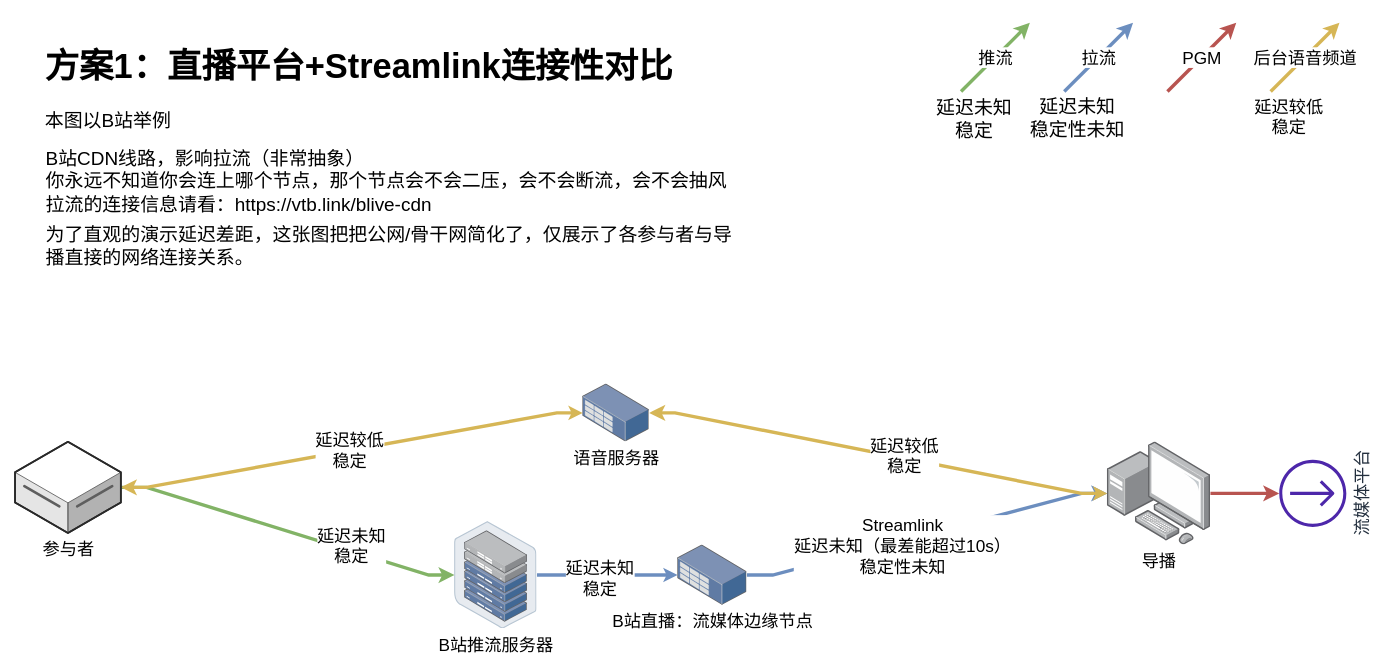
Before: streaming-low-profile-compare.drawio in VTB-LINK/DRAW-IO-GRAPH, a draw.io diagram. Source tidied: cells renumbered, new cells numbered last; positions are measured from the earlier drawing's top-left corner, leaving out a move shared by most shapes. Both pictures are drawn from the tidied source at 86%, with x=0, y=0 at pixel (15, 22).
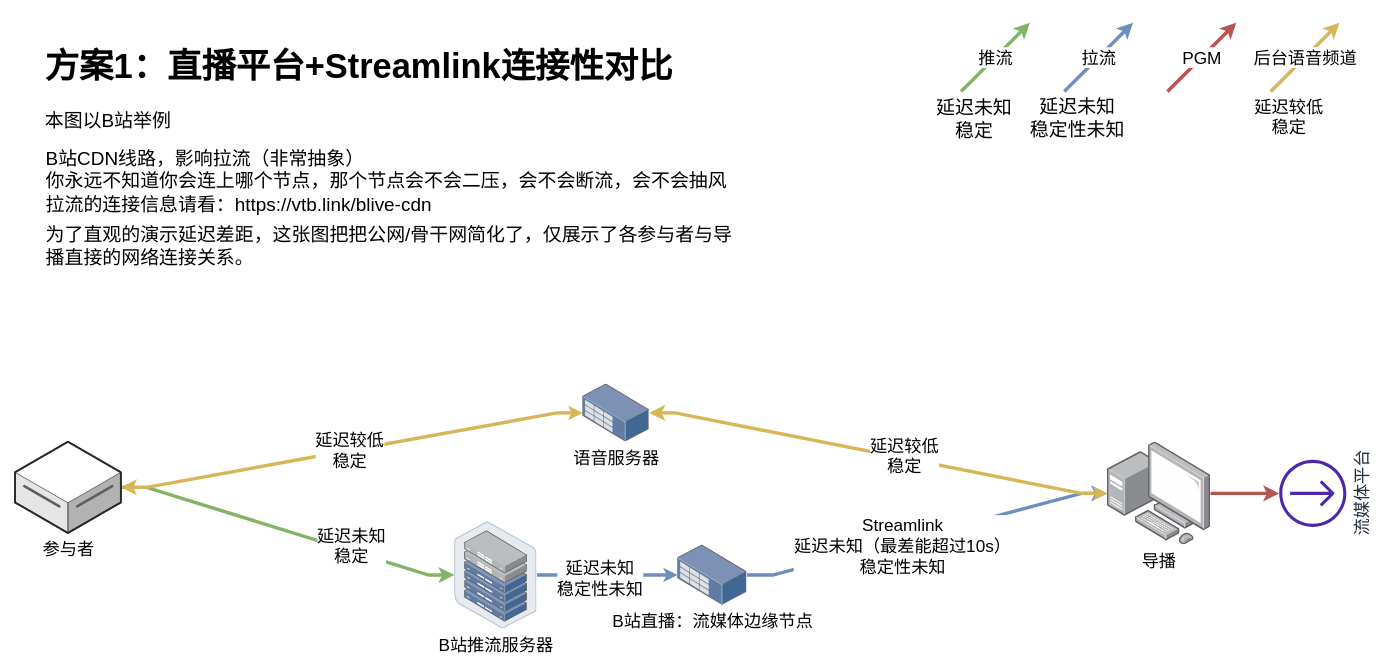
The same diagram, later.

Commit message:
fix: change push->cdn to unknown stability

The change refers to these unchanged cells:
```xml
<mxCell id="30" style="edgeStyle=entityRelationEdgeStyle;rounded=0;jettySize=auto;html=1;strokeWidth=4;fontSize=20;fontColor=#000000;startArrow=none;startFill=0;endSize=4;fillColor=#dae8fc;strokeColor=#6c8ebf;" parent="1" edge="1" source="32" target="29">
  <mxGeometry relative="1" as="geometry" />
</mxCell>
```

Change to the diagram source:
```diff
@@
-    <mxCell id="31" value="延迟未知&lt;br&gt;稳定" style="edgeLabel;html=1;align=center;verticalAlign=middle;fontSize=20;fontColor=#000000;" parent="30" vertex="1">
+    <mxCell id="31" value="延迟未知&lt;br&gt;稳定性未知" style="edgeLabel;html=1;align=center;verticalAlign=middle;fontSize=20;fontColor=#000000;" parent="30" vertex="1">
       <mxGeometry x="-0.11" y="-3" relative="1" as="geometry" />
     </mxCell>
```
